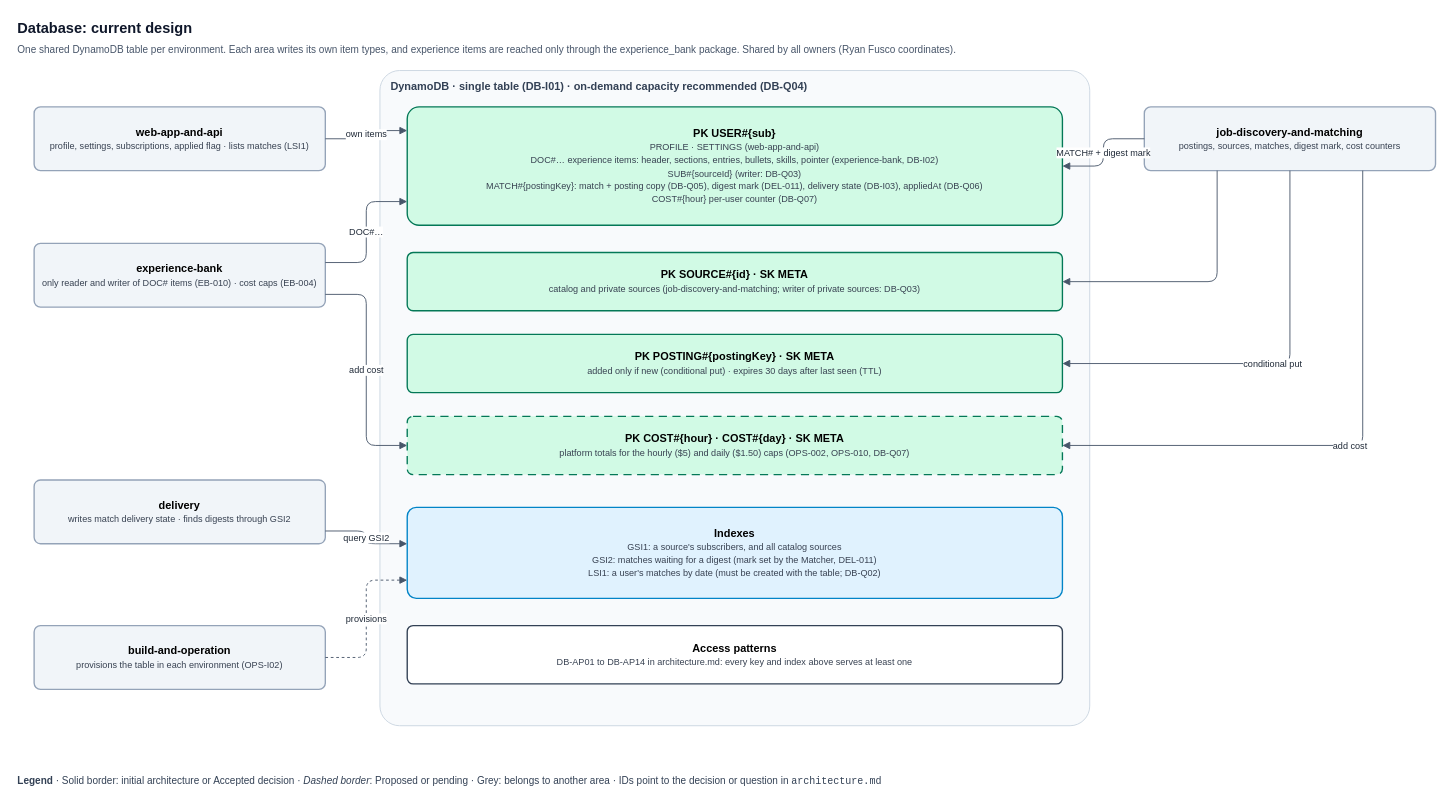
Earlier version of the draw.io diagram planning/architecture/database/architecture.drawio (lukeacampbell/Froop). Source tidied: cells renumbered, new cells numbered last; positions are measured from the earlier drawing's top-left corner, leaving out a move shared by most shapes. Both pictures are drawn from the tidied source at 91%, with x=0, y=0 at pixel (15, 15).
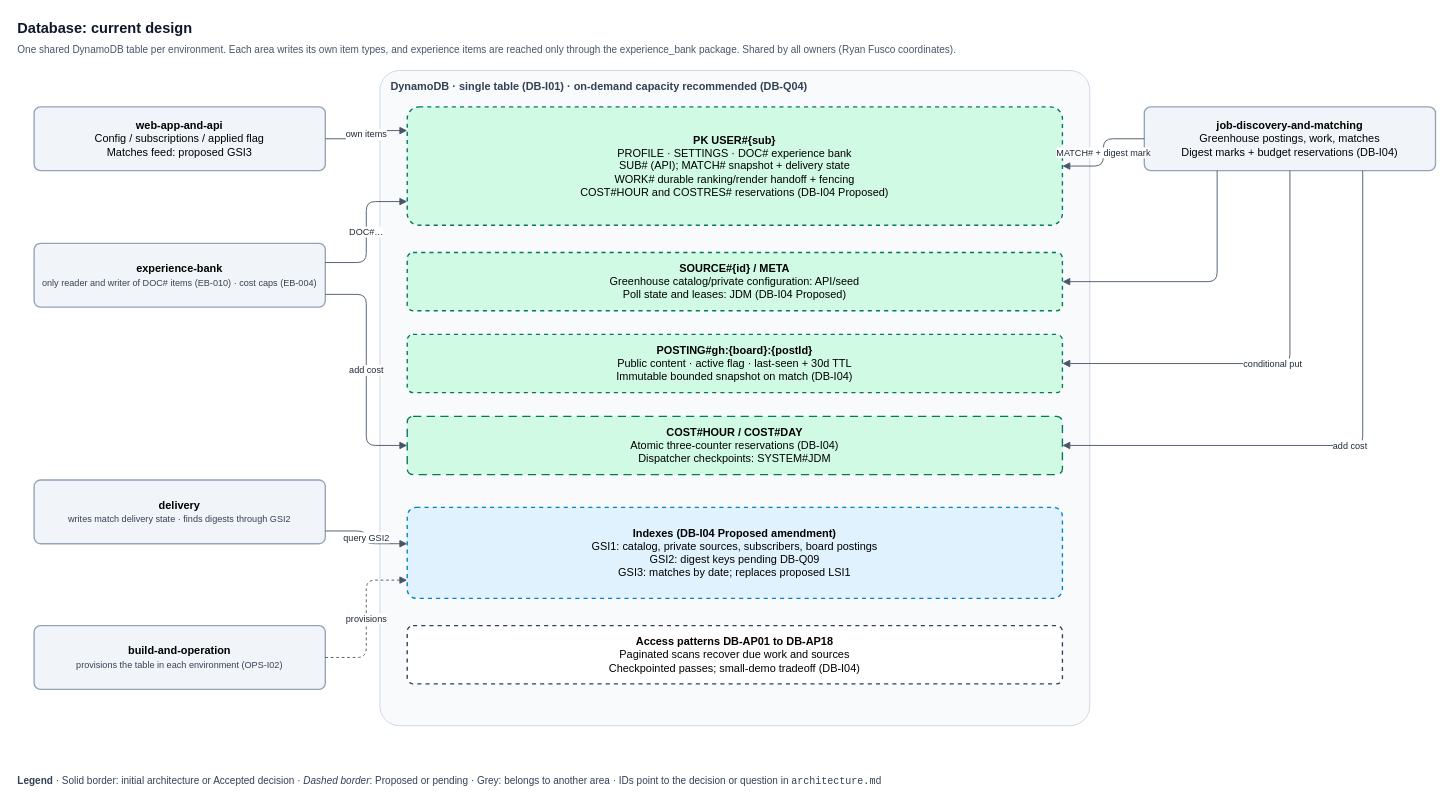
The same page after the edit.

Change to the diagram source:
```diff
@@
-    <mxCell id="5" value="&lt;b&gt;PK USER#{sub}&lt;/b&gt;&lt;br&gt;&lt;font style='font-size:10px' color='#374151'&gt;PROFILE · SETTINGS (web-app-and-api)&lt;br&gt;DOC#… experience items: header, sections, entries, bullets, skills, pointer (experience-bank, DB-I02)&lt;br&gt;SUB#{sourceId} (writer: DB-Q03)&lt;br&gt;MATCH#{postingKey}: match + posting copy (DB-Q05), digest mark (DEL-011), delivery state (DB-I03), appliedAt (DB-Q06)&lt;br&gt;COST#{hour} per-user counter (DB-Q07)&lt;/font&gt;" style="rounded=1;whiteSpace=wrap;html=1;arcSize=10;fillColor=#D1FAE5;strokeColor=#047857;fontSize=12;strokeWidth=1.5;" parent="1" vertex="1">
+    <mxCell id="5" value="&lt;b&gt;PK USER#{sub}&lt;/b&gt;&lt;br&gt;PROFILE · SETTINGS · DOC# experience bank&lt;br&gt;SUB# (API); MATCH# snapshot + delivery state&lt;br&gt;WORK# durable ranking/render handoff + fencing&lt;br&gt;COST#HOUR and COSTRES# reservations (DB-I04 Proposed)" style="rounded=1;whiteSpace=wrap;html=1;arcSize=10;fillColor=#D1FAE5;strokeColor=#047857;fontSize=12;strokeWidth=1.5;dashed=1;" parent="1" vertex="1">
       <mxGeometry x="430" y="100" width="720" height="130" as="geometry" />
     </mxCell>
-    <mxCell id="6" value="&lt;b&gt;PK SOURCE#{id} · SK META&lt;/b&gt;&lt;br&gt;&lt;font style='font-size:10px' color='#374151'&gt;catalog and private sources (job-discovery-and-matching; writer of private sources: DB-Q03)&lt;/font&gt;" style="rounded=1;whiteSpace=wrap;html=1;arcSize=10;fillColor=#D1FAE5;strokeColor=#047857;fontSize=12;strokeWidth=1.5;" parent="1" vertex="1">
+    <mxCell id="6" value="&lt;b&gt;SOURCE#{id} / META&lt;/b&gt;&lt;br&gt;Greenhouse catalog/private configuration: API/seed&lt;br&gt;Poll state and leases: JDM (DB-I04 Proposed)" style="rounded=1;whiteSpace=wrap;html=1;arcSize=10;fillColor=#D1FAE5;strokeColor=#047857;fontSize=12;strokeWidth=1.5;dashed=1;" parent="1" vertex="1">
       <mxGeometry x="430" y="260" width="720" height="64" as="geometry" />
     </mxCell>
-    <mxCell id="7" value="&lt;b&gt;PK POSTING#{postingKey} · SK META&lt;/b&gt;&lt;br&gt;&lt;font style='font-size:10px' color='#374151'&gt;added only if new (conditional put) · expires 30 days after last seen (TTL)&lt;/font&gt;" style="rounded=1;whiteSpace=wrap;html=1;arcSize=10;fillColor=#D1FAE5;strokeColor=#047857;fontSize=12;strokeWidth=1.5;" parent="1" vertex="1">
+    <mxCell id="7" value="&lt;b&gt;POSTING#gh:{board}:{postId}&lt;/b&gt;&lt;br&gt;Public content · active flag · last-seen + 30d TTL&lt;br&gt;Immutable bounded snapshot on match (DB-I04)" style="rounded=1;whiteSpace=wrap;html=1;arcSize=10;fillColor=#D1FAE5;strokeColor=#047857;fontSize=12;strokeWidth=1.5;dashed=1;" parent="1" vertex="1">
       <mxGeometry x="430" y="350" width="720" height="64" as="geometry" />
     </mxCell>
-    <mxCell id="8" value="&lt;b&gt;PK COST#{hour} · COST#{day} · SK META&lt;/b&gt;&lt;br&gt;&lt;font style='font-size:10px' color='#374151'&gt;platform totals for the hourly ($5) and daily ($1.50) caps (OPS-002, OPS-010, DB-Q07)&lt;/font&gt;" style="rounded=1;whiteSpace=wrap;html=1;arcSize=10;fillColor=#D1FAE5;strokeColor=#047857;fontSize=12;strokeWidth=1.5;dashed=1;dashPattern=6 4;" parent="1" vertex="1">
+    <mxCell id="8" value="&lt;b&gt;COST#HOUR / COST#DAY&lt;/b&gt;&lt;br&gt;Atomic three-counter reservations (DB-I04)&lt;br&gt;Dispatcher checkpoints: SYSTEM#JDM" style="rounded=1;whiteSpace=wrap;html=1;arcSize=10;fillColor=#D1FAE5;strokeColor=#047857;fontSize=12;strokeWidth=1.5;dashed=1;dashPattern=6 4;" parent="1" vertex="1">
       <mxGeometry x="430" y="440" width="720" height="64" as="geometry" />
     </mxCell>
-    <mxCell id="9" value="&lt;b&gt;Indexes&lt;/b&gt;&lt;br&gt;&lt;font style='font-size:10px' color='#374151'&gt;GSI1: a source's subscribers, and all catalog sources&lt;br&gt;GSI2: matches waiting for a digest (mark set by the Matcher, DEL-011)&lt;br&gt;LSI1: a user's matches by date (must be created with the table; DB-Q02)&lt;/font&gt;" style="rounded=1;whiteSpace=wrap;html=1;arcSize=10;fillColor=#E0F2FE;strokeColor=#0284C7;fontSize=12;strokeWidth=1.5;" parent="1" vertex="1">
+    <mxCell id="9" value="&lt;b&gt;Indexes (DB-I04 Proposed amendment)&lt;/b&gt;&lt;br&gt;GSI1: catalog, private sources, subscribers, board postings&lt;br&gt;GSI2: digest keys pending DB-Q09&lt;br&gt;GSI3: matches by date; replaces proposed LSI1" style="rounded=1;whiteSpace=wrap;html=1;arcSize=10;fillColor=#E0F2FE;strokeColor=#0284C7;fontSize=12;strokeWidth=1.5;dashed=1;" parent="1" vertex="1">
       <mxGeometry x="430" y="540" width="720" height="100" as="geometry" />
     </mxCell>
-    <mxCell id="10" value="&lt;b&gt;Access patterns&lt;/b&gt;&lt;br&gt;&lt;font style='font-size:10px' color='#374151'&gt;DB-AP01 to DB-AP14 in architecture.md: every key and index above serves at least one&lt;/font&gt;" style="rounded=1;whiteSpace=wrap;html=1;arcSize=10;fillColor=#FFFFFF;strokeColor=#334155;fontSize=12;strokeWidth=1.5;" parent="1" vertex="1">
+    <mxCell id="10" value="&lt;b&gt;Access patterns DB-AP01 to DB-AP18&lt;/b&gt;&lt;br&gt;Paginated scans recover due work and sources&lt;br&gt;Checkpointed passes; small-demo tradeoff (DB-I04)" style="rounded=1;whiteSpace=wrap;html=1;arcSize=10;fillColor=#FFFFFF;strokeColor=#334155;fontSize=12;strokeWidth=1.5;dashed=1;" parent="1" vertex="1">
       <mxGeometry x="430" y="670" width="720" height="64" as="geometry" />
     </mxCell>
-    <mxCell id="11" value="&lt;b&gt;web-app-and-api&lt;/b&gt;&lt;br&gt;&lt;font style='font-size:10px' color='#374151'&gt;profile, settings, subscriptions, applied flag · lists matches (LSI1)&lt;/font&gt;" style="rounded=1;whiteSpace=wrap;html=1;arcSize=10;fillColor=#F1F5F9;strokeColor=#94A3B8;fontSize=12;strokeWidth=1.5;" parent="1" vertex="1">
+    <mxCell id="11" value="&lt;b&gt;web-app-and-api&lt;/b&gt;&lt;br&gt;Config / subscriptions / applied flag&lt;br&gt;Matches feed: proposed GSI3" style="rounded=1;whiteSpace=wrap;html=1;arcSize=10;fillColor=#F1F5F9;strokeColor=#94A3B8;fontSize=12;strokeWidth=1.5;" parent="1" vertex="1">
       <mxGeometry x="20" y="100" width="320" height="70" as="geometry" />
     </mxCell>
@@
-    <mxCell id="15" value="&lt;b&gt;job-discovery-and-matching&lt;/b&gt;&lt;br&gt;&lt;font style='font-size:10px' color='#374151'&gt;postings, sources, matches, digest mark, cost counters&lt;/font&gt;" style="rounded=1;whiteSpace=wrap;html=1;arcSize=10;fillColor=#F1F5F9;strokeColor=#94A3B8;fontSize=12;strokeWidth=1.5;" parent="1" vertex="1">
+    <mxCell id="15" value="&lt;b&gt;job-discovery-and-matching&lt;/b&gt;&lt;br&gt;Greenhouse postings, work, matches&lt;br&gt;Digest marks + budget reservations (DB-I04)" style="rounded=1;whiteSpace=wrap;html=1;arcSize=10;fillColor=#F1F5F9;strokeColor=#94A3B8;fontSize=12;strokeWidth=1.5;" parent="1" vertex="1">
       <mxGeometry x="1240" y="100" width="320" height="70" as="geometry" />
     </mxCell>
```
